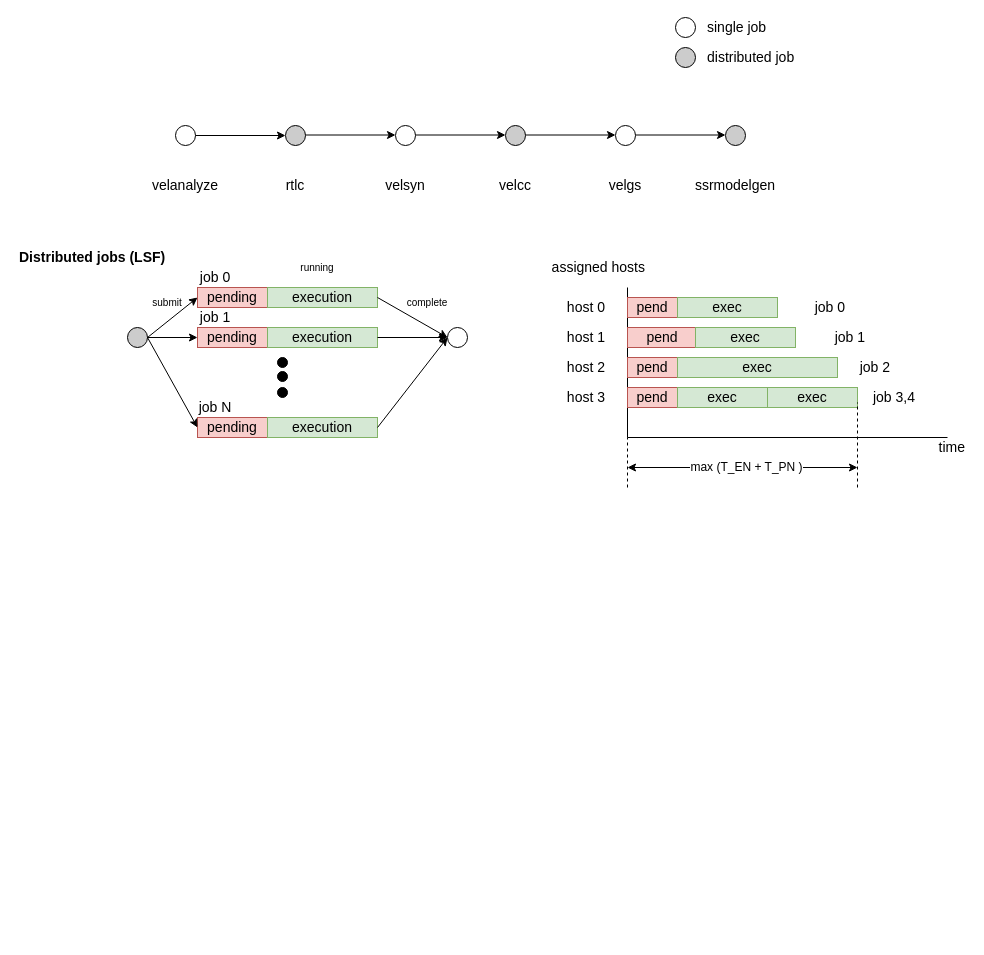
Before: page "dist log" (1 of 2) of Untitled Diagram.drawio in kirknodeng/docs, a draw.io diagram. Source tidied: cells renumbered, new cells numbered last; positions are measured from the earlier drawing's top-left corner, leaving out a move shared by most shapes. Both pictures are drawn from the tidied source at 100%, with x=0, y=0 at pixel (17, 17).
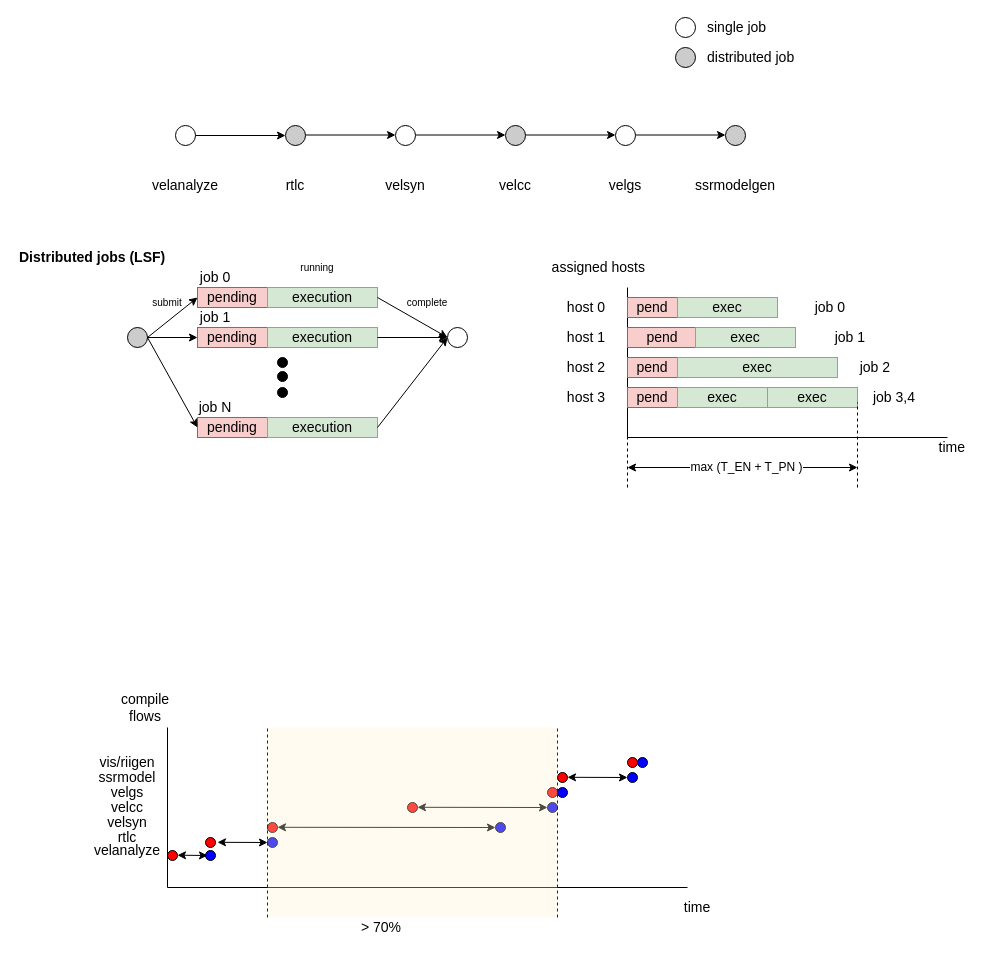
Above is the later version.

Change to the diagram source:
```diff
@@
+    <mxCell id="72" style="endArrow=none;html=1;fontSize=10;" parent="1" edge="1">
+      <mxGeometry relative="1" as="geometry">
+        <mxPoint x="150" y="870" as="sourcePoint" />
+        <mxPoint x="150" y="710" as="targetPoint" />
+      </mxGeometry>
+    </mxCell>
+    <mxCell id="73" style="endArrow=none;html=1;fontSize=10;" parent="1" edge="1">
+      <mxGeometry relative="1" as="geometry">
+        <mxPoint x="670" y="870" as="sourcePoint" />
+        <mxPoint x="150" y="870" as="targetPoint" />
+      </mxGeometry>
+    </mxCell>
+    <mxCell id="74" value="velanalyze" style="text;html=1;strokeColor=none;fillColor=none;align=center;verticalAlign=middle;whiteSpace=wrap;rounded=0;fontSize=14;" parent="1" vertex="1">
+      <mxGeometry x="90" y="823" width="40" height="20" as="geometry" />
+    </mxCell>
+    <mxCell id="75" style="ellipse;whiteSpace=wrap;html=1;fontSize=14;align=left;fillColor=#FF0000;" parent="1" vertex="1">
+      <mxGeometry x="150" y="833" width="10" height="10" as="geometry" />
+    </mxCell>
+    <mxCell id="76" value="time" style="text;html=1;strokeColor=none;fillColor=none;align=center;verticalAlign=middle;whiteSpace=wrap;rounded=0;fontSize=14;" parent="1" vertex="1">
+      <mxGeometry x="660" y="880" width="40" height="20" as="geometry" />
+    </mxCell>
+    <mxCell id="77" value="compile flows" style="text;html=1;strokeColor=none;fillColor=none;align=center;verticalAlign=middle;whiteSpace=wrap;rounded=0;fontSize=14;" parent="1" vertex="1">
+      <mxGeometry x="108" y="680" width="40" height="20" as="geometry" />
+    </mxCell>
+    <mxCell id="78" value="rtlc" style="text;html=1;strokeColor=none;fillColor=none;align=center;verticalAlign=middle;whiteSpace=wrap;rounded=0;fontSize=14;" parent="1" vertex="1">
+      <mxGeometry x="90" y="810" width="40" height="20" as="geometry" />
+    </mxCell>
+    <mxCell id="79" style="ellipse;whiteSpace=wrap;html=1;fontSize=14;align=left;fillColor=#0000FF;" parent="1" vertex="1">
+      <mxGeometry x="188" y="833" width="10" height="10" as="geometry" />
+    </mxCell>
+    <mxCell id="80" style="ellipse;whiteSpace=wrap;html=1;fontSize=14;align=left;fillColor=#FF0000;" parent="1" vertex="1">
+      <mxGeometry x="188" y="820" width="10" height="10" as="geometry" />
+    </mxCell>
+    <mxCell id="81" style="ellipse;whiteSpace=wrap;html=1;fontSize=14;align=left;fillColor=#0000FF;" parent="1" vertex="1">
+      <mxGeometry x="250" y="820" width="10" height="10" as="geometry" />
+    </mxCell>
+    <mxCell id="82" style="ellipse;whiteSpace=wrap;html=1;fontSize=14;align=left;fillColor=#FF0000;" parent="1" vertex="1">
+      <mxGeometry x="250" y="805" width="10" height="10" as="geometry" />
+    </mxCell>
+    <mxCell id="83" style="ellipse;whiteSpace=wrap;html=1;fontSize=14;align=left;fillColor=#0000FF;" parent="1" vertex="1">
+      <mxGeometry x="478" y="805" width="10" height="10" as="geometry" />
+    </mxCell>
+    <mxCell id="84" value="velsyn" style="text;html=1;strokeColor=none;fillColor=none;align=center;verticalAlign=middle;whiteSpace=wrap;rounded=0;fontSize=14;" parent="1" vertex="1">
+      <mxGeometry x="90" y="795" width="40" height="20" as="geometry" />
+    </mxCell>
+    <mxCell id="85" value="velcc" style="text;html=1;strokeColor=none;fillColor=none;align=center;verticalAlign=middle;whiteSpace=wrap;rounded=0;fontSize=14;" parent="1" vertex="1">
+      <mxGeometry x="90" y="780" width="40" height="20" as="geometry" />
+    </mxCell>
+    <mxCell id="86" style="ellipse;whiteSpace=wrap;html=1;fontSize=14;align=left;fillColor=#FF0000;" parent="1" vertex="1">
+      <mxGeometry x="390" y="785" width="10" height="10" as="geometry" />
+    </mxCell>
+    <mxCell id="87" style="ellipse;whiteSpace=wrap;html=1;fontSize=14;align=left;fillColor=#0000FF;" parent="1" vertex="1">
+      <mxGeometry x="530" y="785" width="10" height="10" as="geometry" />
+    </mxCell>
+    <mxCell id="88" style="endArrow=classic;startArrow=classic;html=1;fontSize=10;" parent="1" edge="1">
+      <mxGeometry relative="1" as="geometry">
+        <mxPoint x="160" y="837.7" as="sourcePoint" />
+        <mxPoint x="190" y="838" as="targetPoint" />
+      </mxGeometry>
+    </mxCell>
+    <mxCell id="89" style="endArrow=classic;startArrow=classic;html=1;fontSize=10;entryX=0;entryY=0.5;entryDx=0;entryDy=0;" parent="1" edge="1" target="81">
+      <mxGeometry relative="1" as="geometry">
+        <mxPoint x="200" y="824.8" as="sourcePoint" />
+      </mxGeometry>
+    </mxCell>
+    <mxCell id="90" style="endArrow=classic;startArrow=classic;html=1;fontSize=10;entryX=0;entryY=0.5;entryDx=0;entryDy=0;" parent="1" edge="1" target="83">
+      <mxGeometry relative="1" as="geometry">
+        <mxPoint x="260" y="809.8" as="sourcePoint" />
+      </mxGeometry>
+    </mxCell>
+    <mxCell id="91" style="endArrow=classic;startArrow=classic;html=1;fontSize=10;entryX=0;entryY=0.5;entryDx=0;entryDy=0;" parent="1" edge="1" target="87">
+      <mxGeometry relative="1" as="geometry">
+        <mxPoint x="400" y="789.8" as="sourcePoint" />
+      </mxGeometry>
+    </mxCell>
+    <mxCell id="92" value="velgs" style="text;html=1;strokeColor=none;fillColor=none;align=center;verticalAlign=middle;whiteSpace=wrap;rounded=0;fontSize=14;" parent="1" vertex="1">
+      <mxGeometry x="90" y="765" width="40" height="20" as="geometry" />
+    </mxCell>
+    <mxCell id="93" style="ellipse;whiteSpace=wrap;html=1;fontSize=14;align=left;fillColor=#FF0000;" parent="1" vertex="1">
+      <mxGeometry x="530" y="770" width="10" height="10" as="geometry" />
+    </mxCell>
+    <mxCell id="94" style="ellipse;whiteSpace=wrap;html=1;fontSize=14;align=left;fillColor=#0000FF;" parent="1" vertex="1">
+      <mxGeometry x="540" y="770" width="10" height="10" as="geometry" />
+    </mxCell>
+    <mxCell id="95" value="ssrmodel" style="text;html=1;strokeColor=none;fillColor=none;align=center;verticalAlign=middle;whiteSpace=wrap;rounded=0;fontSize=14;" parent="1" vertex="1">
+      <mxGeometry x="90" y="750" width="40" height="20" as="geometry" />
+    </mxCell>
+    <mxCell id="96" style="ellipse;whiteSpace=wrap;html=1;fontSize=14;align=left;fillColor=#FF0000;" parent="1" vertex="1">
+      <mxGeometry x="540" y="755" width="10" height="10" as="geometry" />
+    </mxCell>
+    <mxCell id="97" style="ellipse;whiteSpace=wrap;html=1;fontSize=14;align=left;fillColor=#0000FF;" parent="1" vertex="1">
+      <mxGeometry x="610" y="755" width="10" height="10" as="geometry" />
+    </mxCell>
+    <mxCell id="98" style="endArrow=classic;startArrow=classic;html=1;fontSize=10;entryX=0;entryY=0.5;entryDx=0;entryDy=0;" parent="1" edge="1" target="97">
+      <mxGeometry relative="1" as="geometry">
+        <mxPoint x="550" y="759.8" as="sourcePoint" />
+      </mxGeometry>
+    </mxCell>
+    <mxCell id="99" value="vis/riigen" style="text;html=1;strokeColor=none;fillColor=none;align=center;verticalAlign=middle;whiteSpace=wrap;rounded=0;fontSize=14;" parent="1" vertex="1">
+      <mxGeometry x="90" y="735" width="40" height="20" as="geometry" />
+    </mxCell>
+    <mxCell id="100" style="ellipse;whiteSpace=wrap;html=1;fontSize=14;align=left;fillColor=#FF0000;" parent="1" vertex="1">
+      <mxGeometry x="610" y="740" width="10" height="10" as="geometry" />
+    </mxCell>
+    <mxCell id="101" style="ellipse;whiteSpace=wrap;html=1;fontSize=14;align=left;fillColor=#0000FF;" parent="1" vertex="1">
+      <mxGeometry x="620" y="740" width="10" height="10" as="geometry" />
+    </mxCell>
+    <mxCell id="102" style="endArrow=none;dashed=1;html=1;" parent="1" edge="1">
+      <mxGeometry relative="1" as="geometry">
+        <mxPoint x="250" y="900" as="sourcePoint" />
+        <mxPoint x="250" y="710" as="targetPoint" />
+      </mxGeometry>
+    </mxCell>
+    <mxCell id="103" style="endArrow=none;dashed=1;html=1;" parent="1" edge="1">
+      <mxGeometry relative="1" as="geometry">
+        <mxPoint x="540" y="900" as="sourcePoint" />
+        <mxPoint x="540" y="710" as="targetPoint" />
+      </mxGeometry>
+    </mxCell>
+    <mxCell id="104" style="rounded=0;whiteSpace=wrap;html=1;fillColor=#fff2cc;opacity=30;strokeColor=none;" parent="1" vertex="1">
+      <mxGeometry x="250" y="710" width="290" height="190" as="geometry" />
+    </mxCell>
+    <mxCell id="105" value="&amp;gt; 70%" style="text;html=1;strokeColor=none;fillColor=none;align=center;verticalAlign=middle;whiteSpace=wrap;rounded=0;fontSize=14;" parent="1" vertex="1">
+      <mxGeometry x="338" y="900" width="52" height="20" as="geometry" />
+    </mxCell>
```
